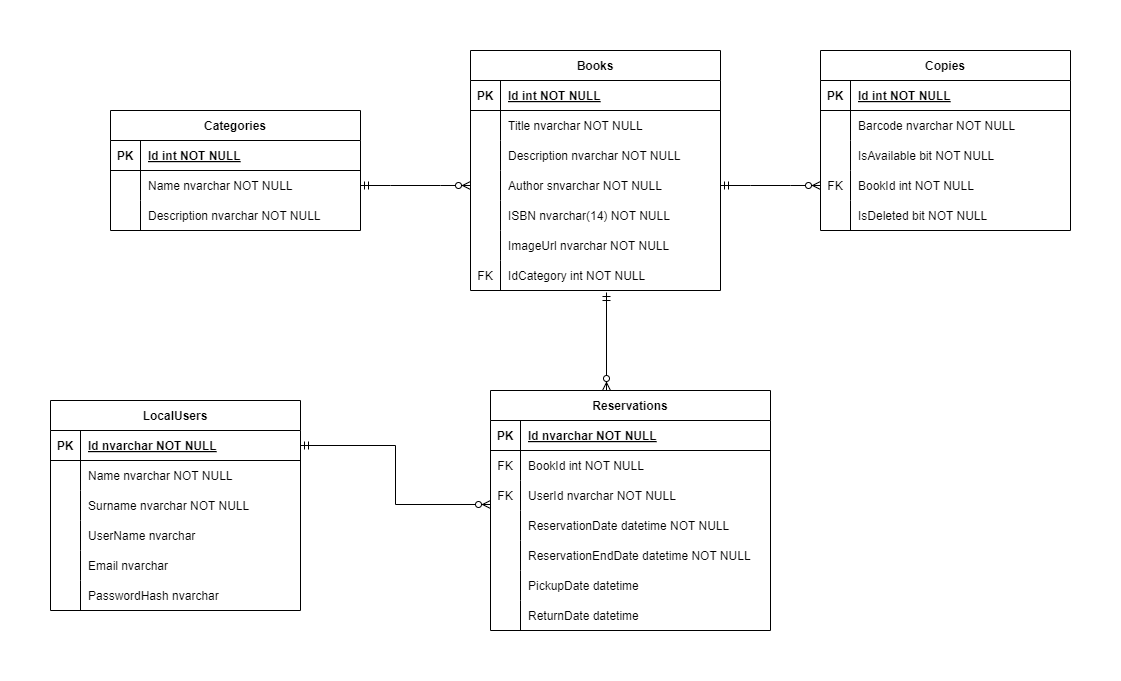
Earlier version of the draw.io export Resources/BookReservationER.png (JoseNarvaja/BookReservation). Source tidied: cells renumbered, new cells last; positions are measured from the earlier drawing's top-left corner, leaving out a move shared by most shapes.
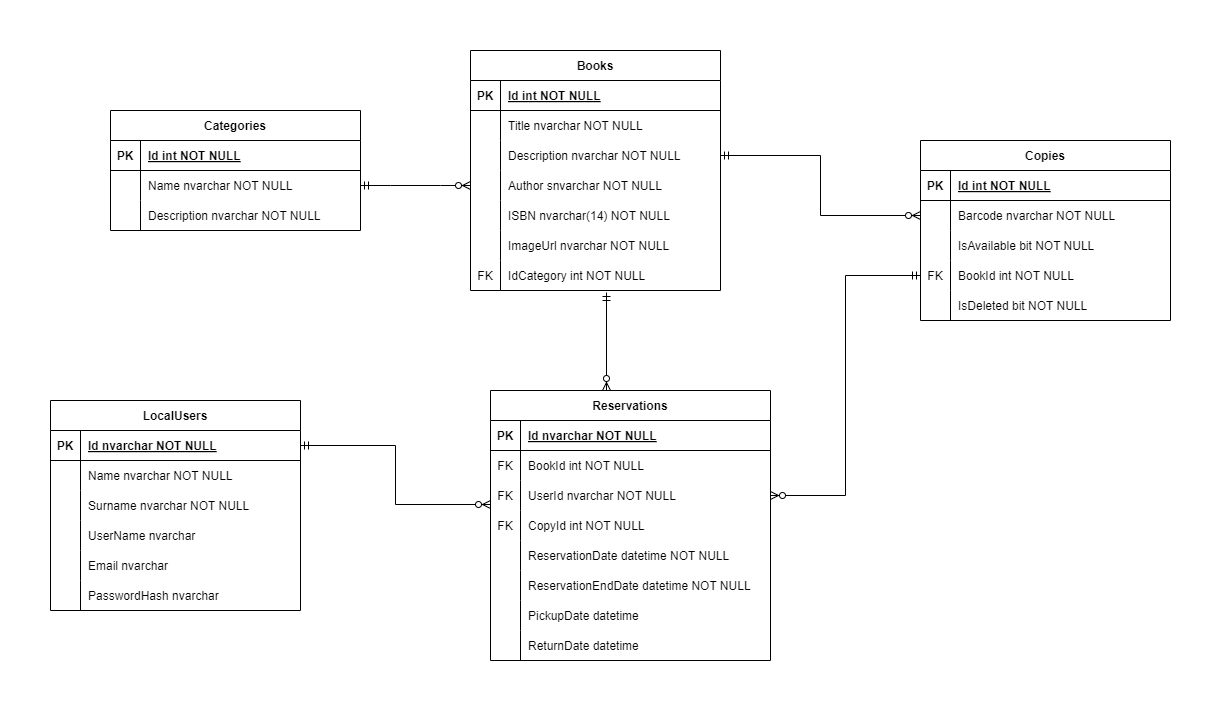
After the change.

Commit message:
Correcciones en el DER

Diff of the diagram source:
```diff
@@ -159,7 +159,7 @@
       <mxGeometry x="30" width="220" height="30" as="geometry" />
     </mxCell>
     <mxCell id="54" value="Reservations" style="shape=table;startSize=30;rowLines=0;fontStyle=1;align=center;" parent="1" vertex="1">
-      <mxGeometry x="440" y="340" width="280" height="240" as="geometry" />
+      <mxGeometry x="440" y="340" width="280" height="270" as="geometry" />
     </mxCell>
     <mxCell id="55" style="shape=partialRectangle;fillColor=none;top=0;left=0;right=0;bottom=1;" parent="54" vertex="1">
       <mxGeometry y="30" width="280" height="30" as="geometry" />
@@ -188,8 +188,17 @@
     <mxCell id="63" value="UserId nvarchar NOT NULL" style="shape=partialRectangle;overflow=hidden;fillColor=none;top=0;left=0;bottom=0;right=0;align=left;spacingLeft=6;" parent="61" vertex="1">
       <mxGeometry x="30" width="250" height="30" as="geometry" />
     </mxCell>
+    <mxCell id="95" style="shape=partialRectangle;fillColor=none;top=0;left=0;right=0;bottom=0;" parent="54" vertex="1">
+      <mxGeometry y="120" width="280" height="30" as="geometry" />
+    </mxCell>
+    <mxCell id="96" value="FK" style="shape=partialRectangle;overflow=hidden;fillColor=none;top=0;left=0;bottom=0;right=0;" parent="95" vertex="1">
+      <mxGeometry width="30" height="30" as="geometry" />
+    </mxCell>
+    <mxCell id="97" value="CopyId int NOT NULL" style="shape=partialRectangle;overflow=hidden;fillColor=none;top=0;left=0;bottom=0;right=0;align=left;spacingLeft=6;" parent="95" vertex="1">
+      <mxGeometry x="30" width="250" height="30" as="geometry" />
+    </mxCell>
     <mxCell id="64" style="shape=partialRectangle;fillColor=none;top=0;left=0;right=0;bottom=0;" parent="54" vertex="1">
-      <mxGeometry y="120" width="280" height="30" as="geometry" />
+      <mxGeometry y="150" width="280" height="30" as="geometry" />
     </mxCell>
     <mxCell id="65" style="shape=partialRectangle;overflow=hidden;fillColor=none;top=0;left=0;bottom=0;right=0;" parent="64" vertex="1">
       <mxGeometry width="30" height="30" as="geometry" />
@@ -198,7 +207,7 @@
       <mxGeometry x="30" width="250" height="30" as="geometry" />
     </mxCell>
     <mxCell id="67" style="shape=partialRectangle;fillColor=none;top=0;left=0;right=0;bottom=0;" parent="54" vertex="1">
-      <mxGeometry y="150" width="280" height="30" as="geometry" />
+      <mxGeometry y="180" width="280" height="30" as="geometry" />
     </mxCell>
     <mxCell id="68" style="shape=partialRectangle;overflow=hidden;fillColor=none;top=0;left=0;bottom=0;right=0;" parent="67" vertex="1">
       <mxGeometry width="30" height="30" as="geometry" />
@@ -207,7 +216,7 @@
       <mxGeometry x="30" width="250" height="30" as="geometry" />
     </mxCell>
     <mxCell id="70" style="shape=partialRectangle;fillColor=none;top=0;left=0;right=0;bottom=0;" parent="54" vertex="1">
-      <mxGeometry y="180" width="280" height="30" as="geometry" />
+      <mxGeometry y="210" width="280" height="30" as="geometry" />
     </mxCell>
     <mxCell id="71" style="shape=partialRectangle;overflow=hidden;fillColor=none;top=0;left=0;bottom=0;right=0;" parent="70" vertex="1">
       <mxGeometry width="30" height="30" as="geometry" />
@@ -216,7 +225,7 @@
       <mxGeometry x="30" width="250" height="30" as="geometry" />
     </mxCell>
     <mxCell id="73" style="shape=partialRectangle;fillColor=none;top=0;left=0;right=0;bottom=0;" parent="54" vertex="1">
-      <mxGeometry y="210" width="280" height="30" as="geometry" />
+      <mxGeometry y="240" width="280" height="30" as="geometry" />
     </mxCell>
     <mxCell id="74" style="shape=partialRectangle;overflow=hidden;fillColor=none;top=0;left=0;bottom=0;right=0;" parent="73" vertex="1">
       <mxGeometry width="30" height="30" as="geometry" />
@@ -231,7 +240,7 @@
       <mxGeometry relative="1" as="geometry" />
     </mxCell>
     <mxCell id="78" value="Copies" style="shape=table;startSize=30;rowLines=0;fontStyle=1;align=center;" parent="1" vertex="1">
-      <mxGeometry x="770" width="250" height="180" as="geometry" />
+      <mxGeometry x="870" y="90" width="250" height="180" as="geometry" />
     </mxCell>
     <mxCell id="79" style="shape=partialRectangle;fillColor=none;top=0;left=0;right=0;bottom=1;" parent="78" vertex="1">
       <mxGeometry y="30" width="250" height="30" as="geometry" />
@@ -278,8 +287,11 @@
     <mxCell id="93" value="IsDeleted bit NOT NULL" style="shape=partialRectangle;overflow=hidden;fillColor=none;top=0;left=0;bottom=0;right=0;align=left;spacingLeft=6;" parent="91" vertex="1">
       <mxGeometry x="30" width="220" height="30" as="geometry" />
     </mxCell>
-    <mxCell id="94" style="edgeStyle=entityRelationEdgeStyle;fontSize=12;html=1;endArrow=ERzeroToMany;startArrow=ERmandOne;rounded=0;entryX=0;entryY=0.5;entryDx=0;entryDy=0;exitX=1;exitY=0.5;exitDx=0;exitDy=0;" parent="1" edge="1" source="12" target="88">
+    <mxCell id="94" style="edgeStyle=orthogonalEdgeStyle;fontSize=12;html=1;endArrow=ERzeroToMany;startArrow=ERmandOne;rounded=0;entryX=0;entryY=0.5;entryDx=0;entryDy=0;exitX=1;exitY=0.5;exitDx=0;exitDy=0;" parent="1" edge="1" source="9" target="82">
       <mxGeometry relative="1" as="geometry" />
     </mxCell>
+    <mxCell id="98" style="edgeStyle=orthogonalEdgeStyle;fontSize=12;html=1;endArrow=ERzeroToMany;startArrow=ERmandOne;rounded=0;entryX=1;entryY=0.5;entryDx=0;entryDy=0;exitX=0;exitY=0.5;exitDx=0;exitDy=0;" parent="1" edge="1" source="88" target="61">
+      <mxGeometry relative="1" as="geometry" />
+    </mxCell>
   </root>
 </mxGraphModel>
```
